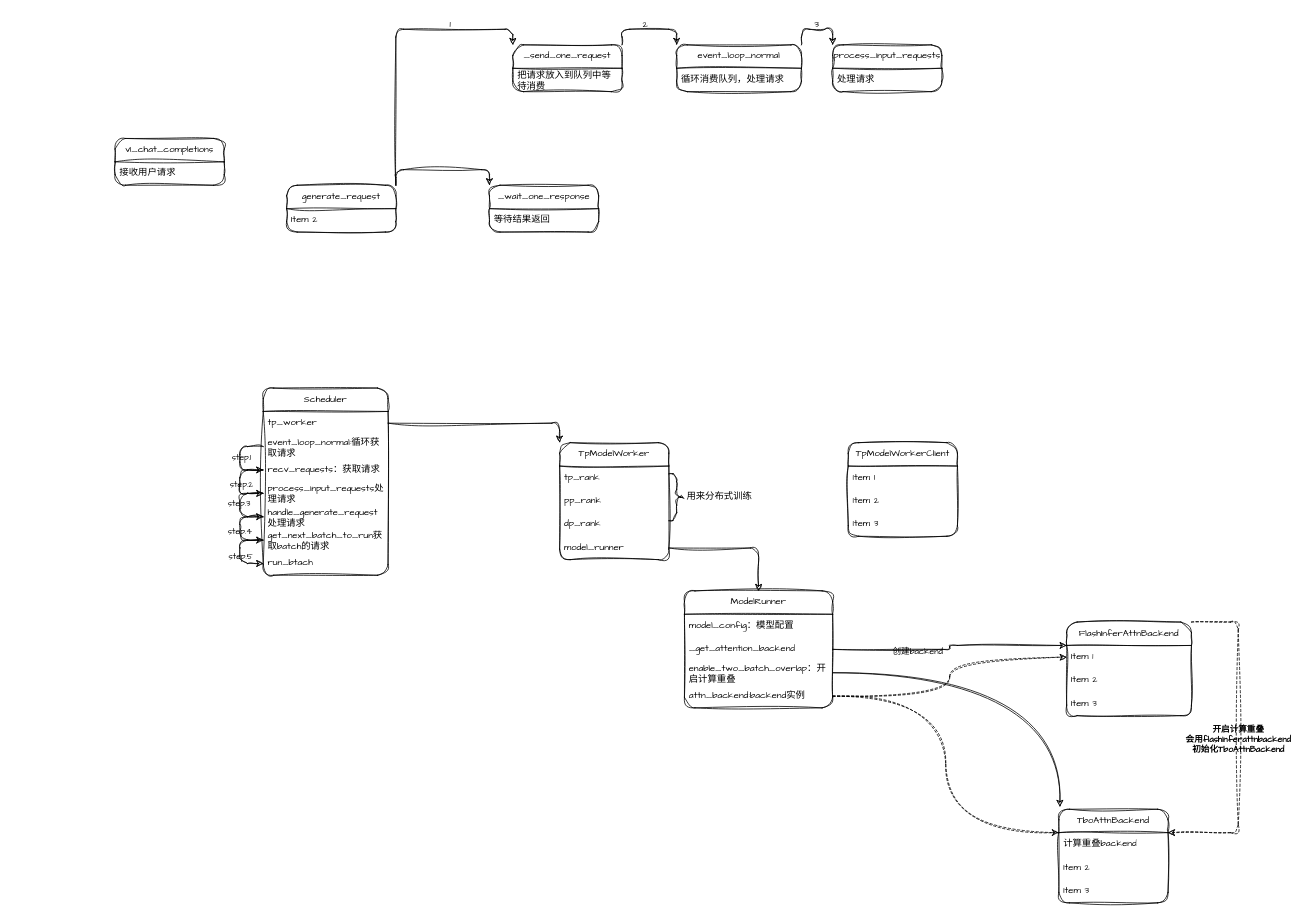
Above: sglang.drawio in beijingqiuchang/drawio (draw.io), before the change. Source tidied: cells renumbered, new cells numbered last; positions are measured from the earlier drawing's top-left corner, leaving out a move shared by most shapes. Both pictures are drawn from the tidied source at 78%, with x=0, y=0 at pixel (115, 13).
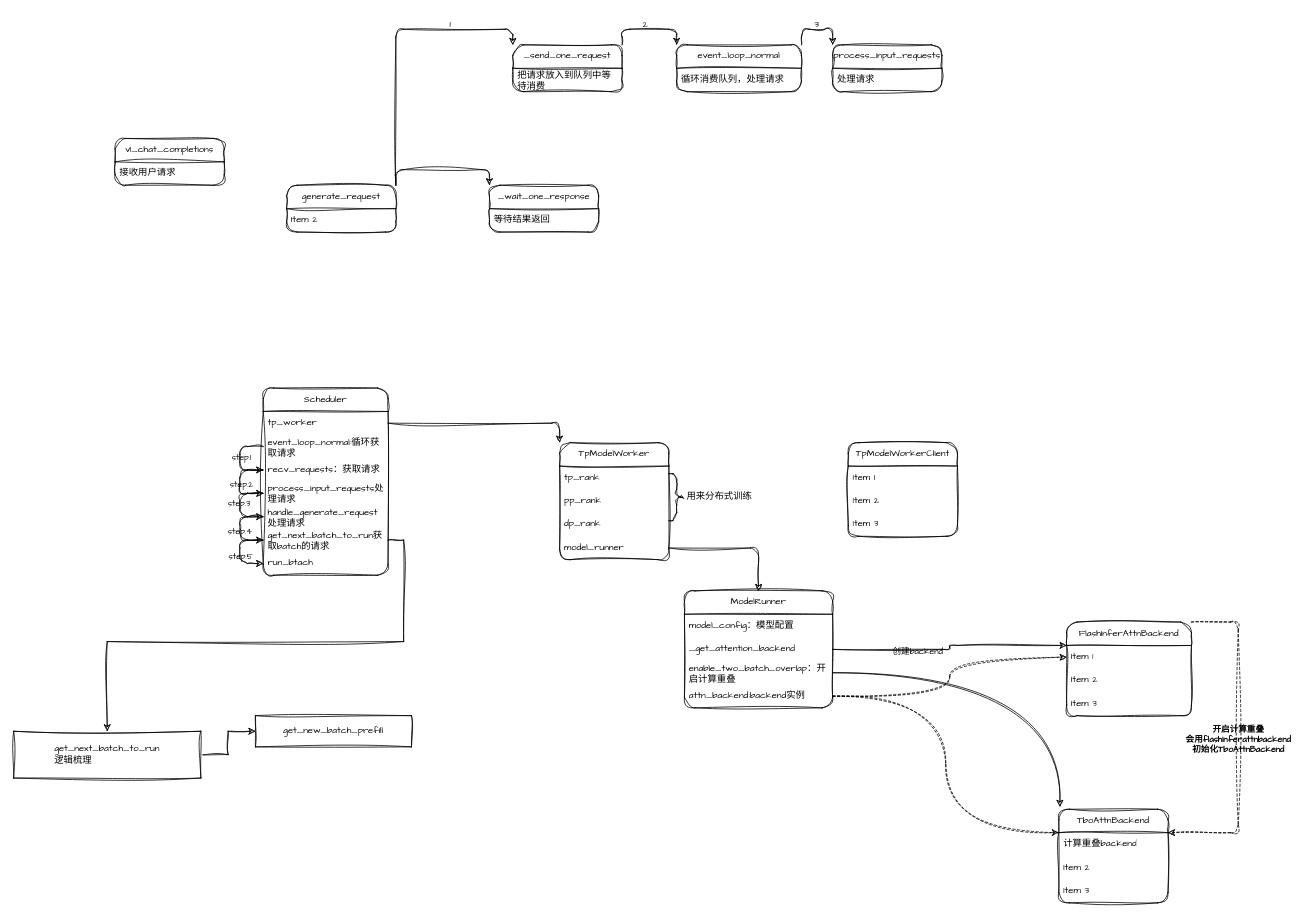
The same page after the edit.

The change refers to these unchanged cells:
```xml
<mxCell id="68" value="get_next_batch_to_run获取batch的请求" style="text;strokeColor=none;fillColor=none;align=left;verticalAlign=middle;spacingLeft=4;spacingRight=4;overflow=hidden;points=[[0,0.5],[1,0.5]];portConstraint=eastwest;whiteSpace=wrap;html=1;fontFamily=Architects Daughter;labelBackgroundColor=none;rounded=1;" parent="52" vertex="1">
  <mxGeometry y="180" width="160" height="30" as="geometry" />
</mxCell>
```

What changed in the source:
```diff
@@
+    <mxCell id="71" style="edgeStyle=orthogonalEdgeStyle;rounded=0;sketch=1;hachureGap=4;jiggle=2;curveFitting=1;jettySize=auto;html=1;exitX=1;exitY=0.5;exitDx=0;exitDy=0;entryX=0;entryY=0.5;entryDx=0;entryDy=0;fontFamily=Architects Daughter;" parent="1" edge="1" source="72" target="74">
+      <mxGeometry relative="1" as="geometry" />
+    </mxCell>
+    <mxCell id="72" value="&lt;span style=&quot;text-align: left;&quot;&gt;get_next_batch_to_run&lt;/span&gt;&lt;div style=&quot;text-align: left;&quot;&gt;逻辑梳理&lt;/div&gt;" style="rounded=0;whiteSpace=wrap;html=1;sketch=1;hachureGap=4;jiggle=2;curveFitting=1;fontFamily=Architects Daughter;" parent="1" vertex="1">
+      <mxGeometry x="-130" y="920" width="240" height="60" as="geometry" />
+    </mxCell>
+    <mxCell id="73" style="edgeStyle=orthogonalEdgeStyle;rounded=0;sketch=1;hachureGap=4;jiggle=2;curveFitting=1;jettySize=auto;html=1;exitX=1;exitY=0.5;exitDx=0;exitDy=0;entryX=0.5;entryY=0;entryDx=0;entryDy=0;fontFamily=Architects Daughter;" parent="1" edge="1" source="68" target="72">
+      <mxGeometry relative="1" as="geometry" />
+    </mxCell>
+    <mxCell id="74" value="get_new_batch_prefill" style="rounded=0;whiteSpace=wrap;html=1;sketch=1;hachureGap=4;jiggle=2;curveFitting=1;fontFamily=Architects Daughter;" parent="1" vertex="1">
+      <mxGeometry x="180" y="900" width="200" height="40" as="geometry" />
+    </mxCell>
```
